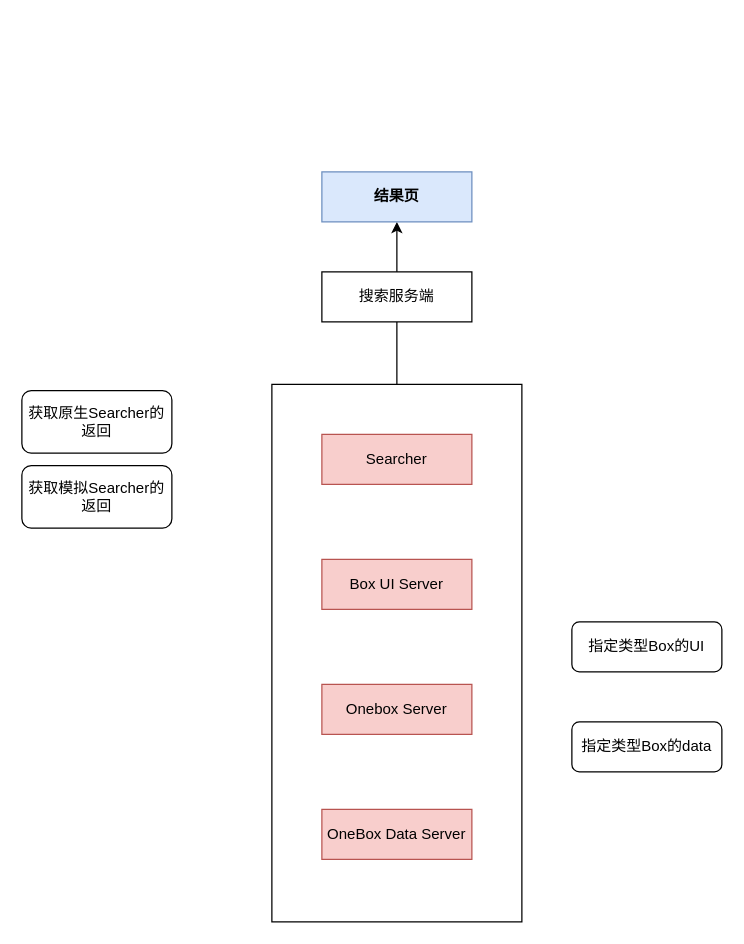
hszy00232/digrams keeps this draw.io diagram as Untitled Diagram.drawio. Above is the earlier version. Source tidied: cells renumbered, new cells numbered last; positions are measured from the earlier drawing's top-left corner, leaving out a move shared by most shapes. Both pictures are drawn from the tidied source at 125%, with x=0, y=0 at pixel (21, 171).
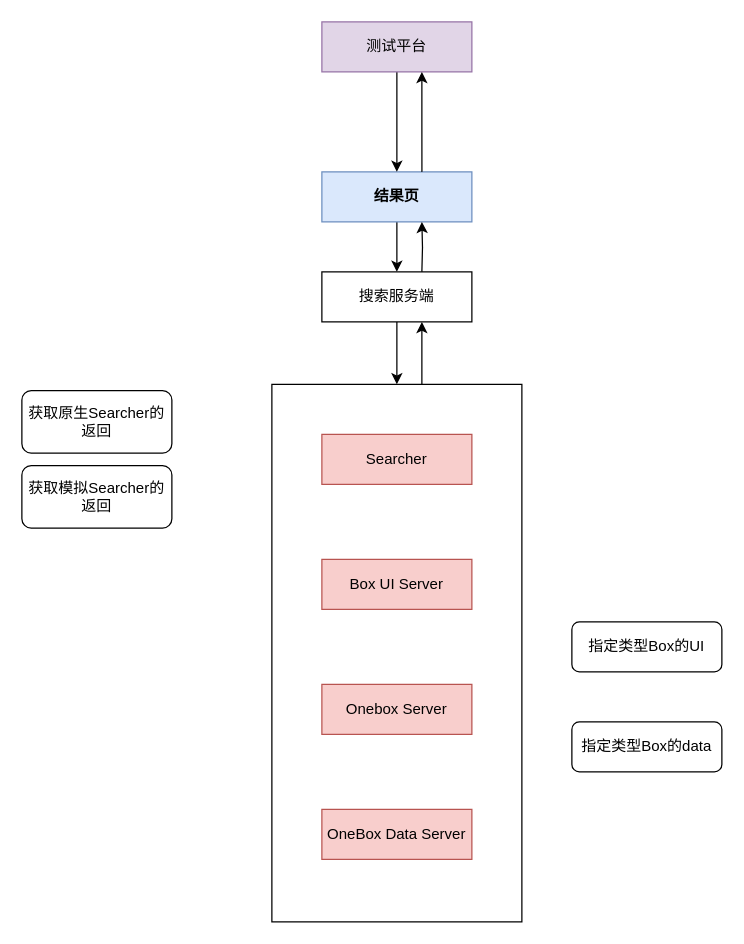
After the change.

The change refers to these unchanged cells:
```xml
<mxCell id="3" style="rounded=0;whiteSpace=wrap;html=1;align=left;" parent="1" vertex="1">
  <mxGeometry x="200" y="170" width="200" height="430" as="geometry" />
</mxCell>
<mxCell id="12" value="结果页" style="whiteSpace=wrap;html=1;align=center;rounded=0;fillColor=#dae8fc;strokeColor=#6c8ebf;fontStyle=1;" parent="1" vertex="1">
  <mxGeometry x="240" width="120" height="40" as="geometry" />
</mxCell>
<mxCell id="13" value="搜索服务端" style="rounded=0;whiteSpace=wrap;html=1;" parent="1" vertex="1">
  <mxGeometry x="240" y="80" width="120" height="40" as="geometry" />
</mxCell>
```

The edit, as a diff of the source:
```diff
@@
-    <mxCell id="2" style="edgeStyle=orthogonalEdgeStyle;rounded=0;jettySize=auto;html=1;startArrow=none;" parent="1" edge="1" source="13" target="12">
-      <mxGeometry relative="1" as="geometry" />
-    </mxCell>
+    <mxCell id="15" style="edgeStyle=orthogonalEdgeStyle;rounded=0;orthogonalLoop=1;jettySize=auto;html=1;" parent="1" edge="1">
+      <mxGeometry relative="1" as="geometry">
+        <mxPoint x="320" y="170" as="sourcePoint" />
+        <mxPoint x="320" y="120" as="targetPoint" />
+      </mxGeometry>
+    </mxCell>
@@
+    <mxCell id="16" style="edgeStyle=orthogonalEdgeStyle;rounded=0;jettySize=auto;html=1;" parent="1" edge="1" source="12" target="13">
+      <mxGeometry relative="1" as="geometry" />
+    </mxCell>
@@
+    <mxCell id="17" style="edgeStyle=orthogonalEdgeStyle;rounded=0;jettySize=auto;html=1;entryX=0.5;entryY=0;entryDx=0;entryDy=0;" parent="1" edge="1" source="13" target="3">
+      <mxGeometry relative="1" as="geometry" />
+    </mxCell>
@@
-    <mxCell id="14" style="edgeStyle=orthogonalEdgeStyle;rounded=0;jettySize=auto;html=1;endArrow=none;" parent="1" edge="1" source="3" target="13">
-      <mxGeometry relative="1" as="geometry" />
-    </mxCell>
+    <mxCell id="18" style="edgeStyle=orthogonalEdgeStyle;rounded=0;jettySize=auto;html=1;" parent="1" edge="1" source="19" target="12">
+      <mxGeometry relative="1" as="geometry" />
+    </mxCell>
+    <mxCell id="19" value="测试平台" style="rounded=0;whiteSpace=wrap;html=1;fillColor=#e1d5e7;strokeColor=#9673a6;" parent="1" vertex="1">
+      <mxGeometry x="240" y="-120" width="120" height="40" as="geometry" />
+    </mxCell>
+    <mxCell id="20" style="edgeStyle=orthogonalEdgeStyle;rounded=0;orthogonalLoop=1;jettySize=auto;html=1;" parent="1" edge="1">
+      <mxGeometry relative="1" as="geometry">
+        <mxPoint x="320" y="80" as="sourcePoint" />
+        <mxPoint x="320" y="40" as="targetPoint" />
+      </mxGeometry>
+    </mxCell>
+    <mxCell id="21" style="edgeStyle=orthogonalEdgeStyle;rounded=0;jettySize=auto;html=1;exitX=0.667;exitY=0;exitDx=0;exitDy=0;exitPerimeter=0;" parent="1" edge="1" source="12">
+      <mxGeometry relative="1" as="geometry">
+        <mxPoint x="320" y="-80" as="targetPoint" />
+      </mxGeometry>
+    </mxCell>
```
